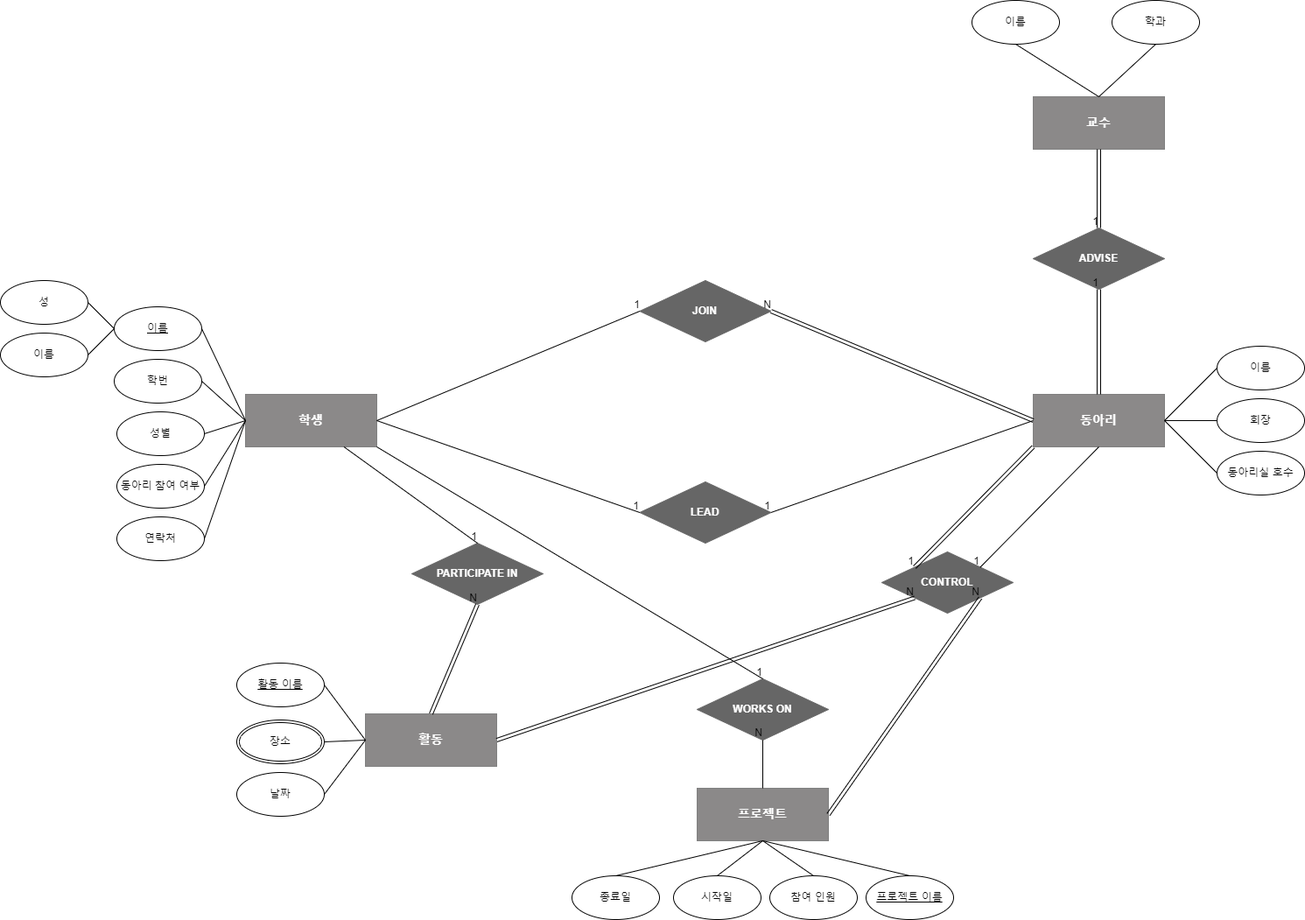
Above: E-R diagram.drawio.png in leekwanhak/UniversityClub_Database (draw.io), before the change. Source tidied: cells renumbered, new cells last; positions are measured from the earlier drawing's top-left corner, leaving out a move shared by most shapes.
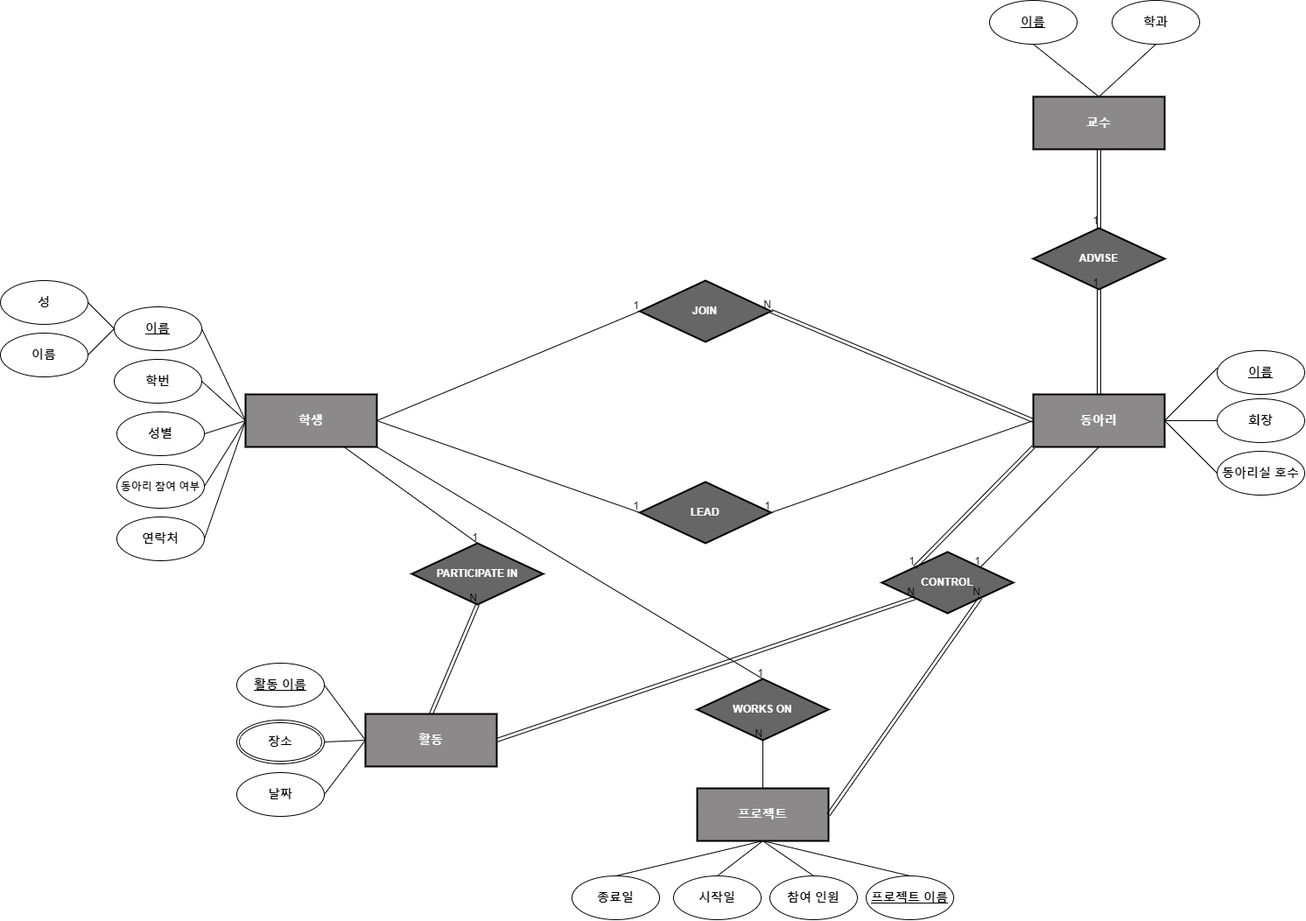
After the change.

The edit, as a diff of the source:
```diff
@@ -2,94 +2,88 @@
   <root>
     <mxCell id="0" />
     <mxCell id="1" parent="0" />
-    <mxCell id="2" value="학생" style="rounded=0;whiteSpace=wrap;html=1;fillStyle=auto;fillColor=#8b8989;fontStyle=1;fontSize=14;fontColor=#FFFFFF;strokeColor=#808080;" parent="1" vertex="1">
+    <mxCell id="2" value="학생" style="rounded=0;whiteSpace=wrap;html=1;fillStyle=auto;fillColor=#8b8989;fontStyle=1;fontSize=14;fontColor=#FFFFFF;strokeColor=#000000;strokeWidth=2;" parent="1" vertex="1">
       <mxGeometry x="280" y="450" width="150" height="60" as="geometry" />
     </mxCell>
-    <mxCell id="3" value="프로젝트" style="rounded=0;whiteSpace=wrap;html=1;fillStyle=auto;fillColor=#8b8989;fontStyle=1;fontSize=14;fontColor=#FFFFFF;strokeColor=#808080;" parent="1" vertex="1">
+    <mxCell id="3" value="프로젝트" style="rounded=0;whiteSpace=wrap;html=1;fillStyle=auto;fillColor=#8b8989;fontStyle=1;fontSize=14;fontColor=#FFFFFF;strokeColor=#000000;strokeWidth=2;" parent="1" vertex="1">
       <mxGeometry x="796" y="900" width="150" height="60" as="geometry" />
     </mxCell>
-    <mxCell id="4" value="활동" style="rounded=0;whiteSpace=wrap;html=1;fillStyle=auto;fillColor=#8b8989;fontStyle=1;fontSize=14;fontColor=#FFFFFF;strokeColor=#808080;" parent="1" vertex="1">
+    <mxCell id="4" value="활동" style="rounded=0;whiteSpace=wrap;html=1;fillStyle=auto;fillColor=#8b8989;fontStyle=1;fontSize=14;fontColor=#FFFFFF;strokeColor=#000000;strokeWidth=2;" parent="1" vertex="1">
       <mxGeometry x="417" y="815" width="150" height="60" as="geometry" />
     </mxCell>
-    <mxCell id="5" value="동아리" style="rounded=0;whiteSpace=wrap;html=1;fillStyle=auto;fillColor=#8b8989;fontStyle=1;fontSize=14;fontColor=#FFFFFF;strokeColor=#808080;" parent="1" vertex="1">
+    <mxCell id="5" value="동아리" style="rounded=0;whiteSpace=wrap;html=1;fillStyle=auto;fillColor=#8b8989;fontStyle=1;fontSize=14;fontColor=#FFFFFF;strokeColor=#000000;strokeWidth=2;" parent="1" vertex="1">
       <mxGeometry x="1180" y="450" width="150" height="60" as="geometry" />
     </mxCell>
-    <mxCell id="6" value="&lt;b&gt;&lt;font style=&quot;font-size: 12px;&quot; color=&quot;#ffffff&quot;&gt;JOIN&lt;/font&gt;&lt;/b&gt;" style="rhombus;whiteSpace=wrap;html=1;fillColor=#666666;strokeColor=#666666;" parent="1" vertex="1">
+    <mxCell id="6" value="&lt;b&gt;&lt;font style=&quot;font-size: 12px;&quot; color=&quot;#ffffff&quot;&gt;JOIN&lt;/font&gt;&lt;/b&gt;" style="rhombus;whiteSpace=wrap;html=1;fillColor=#666666;strokeColor=#000000;strokeWidth=2;" parent="1" vertex="1">
       <mxGeometry x="730.4" y="320" width="150" height="70" as="geometry" />
     </mxCell>
     <mxCell id="7" style="edgeStyle=orthogonalEdgeStyle;rounded=0;orthogonalLoop=1;jettySize=auto;html=1;exitX=0.5;exitY=1;exitDx=0;exitDy=0;" parent="1" edge="1" source="6" target="6">
       <mxGeometry relative="1" as="geometry" />
     </mxCell>
-    <mxCell id="8" value="&lt;b&gt;&lt;font style=&quot;font-size: 12px;&quot; color=&quot;#ffffff&quot;&gt;LEAD&lt;/font&gt;&lt;/b&gt;" style="rhombus;whiteSpace=wrap;html=1;fillColor=#666666;strokeColor=#666666;" parent="1" vertex="1">
+    <mxCell id="8" value="&lt;b&gt;&lt;font style=&quot;font-size: 12px;&quot; color=&quot;#ffffff&quot;&gt;LEAD&lt;/font&gt;&lt;/b&gt;" style="rhombus;whiteSpace=wrap;html=1;fillColor=#666666;strokeColor=#000000;strokeWidth=2;" parent="1" vertex="1">
       <mxGeometry x="730.4" y="550" width="150" height="70" as="geometry" />
     </mxCell>
-    <mxCell id="9" value="교수" style="rounded=0;whiteSpace=wrap;html=1;fillStyle=auto;fillColor=#8b8989;fontStyle=1;fontSize=14;fontColor=#FFFFFF;strokeColor=#808080;" parent="1" vertex="1">
+    <mxCell id="9" value="교수" style="rounded=0;whiteSpace=wrap;html=1;fillStyle=auto;fillColor=#8b8989;fontStyle=1;fontSize=14;fontColor=#FFFFFF;strokeColor=#000000;strokeWidth=2;" parent="1" vertex="1">
       <mxGeometry x="1180" y="110" width="150" height="60" as="geometry" />
     </mxCell>
-    <mxCell id="10" value="학번" style="ellipse;whiteSpace=wrap;html=1;" parent="1" vertex="1">
+    <mxCell id="10" value="학번" style="ellipse;whiteSpace=wrap;html=1;fontSize=14;fontStyle=1;" parent="1" vertex="1">
       <mxGeometry x="130" y="410" width="100" height="50" as="geometry" />
     </mxCell>
-    <mxCell id="11" value="연락처" style="ellipse;whiteSpace=wrap;html=1;" parent="1" vertex="1">
+    <mxCell id="11" value="연락처" style="ellipse;whiteSpace=wrap;html=1;fontSize=14;fontStyle=1;" parent="1" vertex="1">
       <mxGeometry x="133" y="590" width="100" height="50" as="geometry" />
     </mxCell>
-    <mxCell id="12" value="성별" style="ellipse;whiteSpace=wrap;html=1;" parent="1" vertex="1">
+    <mxCell id="12" value="성별" style="ellipse;whiteSpace=wrap;html=1;fontSize=14;fontStyle=1;" parent="1" vertex="1">
       <mxGeometry x="133" y="470" width="100" height="50" as="geometry" />
     </mxCell>
-    <mxCell id="13" value="동아리 참여 여부" style="ellipse;whiteSpace=wrap;html=1;" parent="1" vertex="1">
+    <mxCell id="13" value="&lt;font style=&quot;font-size: 12px;&quot;&gt;동아리 참여 여부&lt;/font&gt;" style="ellipse;whiteSpace=wrap;html=1;fontSize=14;fontStyle=1;" parent="1" vertex="1">
       <mxGeometry x="133" y="530" width="100" height="50" as="geometry" />
     </mxCell>
-    <mxCell id="14" value="이름" style="ellipse;whiteSpace=wrap;html=1;" parent="1" vertex="1">
-      <mxGeometry x="1390" y="395" width="100" height="50" as="geometry" />
-    </mxCell>
-    <mxCell id="15" value="회장" style="ellipse;whiteSpace=wrap;html=1;" parent="1" vertex="1">
+    <mxCell id="15" value="회장" style="ellipse;whiteSpace=wrap;html=1;fontSize=14;fontStyle=1;" parent="1" vertex="1">
       <mxGeometry x="1390" y="455" width="100" height="50" as="geometry" />
     </mxCell>
-    <mxCell id="16" value="동아리실 호수" style="ellipse;whiteSpace=wrap;html=1;" parent="1" vertex="1">
+    <mxCell id="16" value="동아리실 호수" style="ellipse;whiteSpace=wrap;html=1;fontSize=14;fontStyle=1;" parent="1" vertex="1">
       <mxGeometry x="1390" y="515" width="100" height="50" as="geometry" />
     </mxCell>
-    <mxCell id="17" value="참여 인원" style="ellipse;whiteSpace=wrap;html=1;" parent="1" vertex="1">
+    <mxCell id="17" value="참여 인원" style="ellipse;whiteSpace=wrap;html=1;fontSize=14;fontStyle=1;" parent="1" vertex="1">
       <mxGeometry x="879" y="1000" width="100" height="50" as="geometry" />
     </mxCell>
-    <mxCell id="18" value="시작일" style="ellipse;whiteSpace=wrap;html=1;" parent="1" vertex="1">
+    <mxCell id="18" value="시작일" style="ellipse;whiteSpace=wrap;html=1;fontSize=14;fontStyle=1;" parent="1" vertex="1">
       <mxGeometry x="769" y="1000" width="100" height="50" as="geometry" />
     </mxCell>
-    <mxCell id="19" value="종료일" style="ellipse;whiteSpace=wrap;html=1;" parent="1" vertex="1">
+    <mxCell id="19" value="종료일" style="ellipse;whiteSpace=wrap;html=1;fontSize=14;fontStyle=1;" parent="1" vertex="1">
       <mxGeometry x="653" y="1000" width="100" height="50" as="geometry" />
     </mxCell>
-    <mxCell id="20" value="이름" style="ellipse;whiteSpace=wrap;html=1;" parent="1" vertex="1">
-      <mxGeometry x="1110" width="100" height="50" as="geometry" />
-    </mxCell>
-    <mxCell id="21" value="날짜" style="ellipse;whiteSpace=wrap;html=1;" parent="1" vertex="1">
+    <mxCell id="21" value="날짜" style="ellipse;whiteSpace=wrap;html=1;fontSize=14;fontStyle=1;" parent="1" vertex="1">
       <mxGeometry x="270" y="882" width="100" height="50" as="geometry" />
     </mxCell>
-    <mxCell id="22" value="학과" style="ellipse;whiteSpace=wrap;html=1;" parent="1" vertex="1">
+    <mxCell id="22" value="학과" style="ellipse;whiteSpace=wrap;html=1;fontSize=14;fontStyle=1;" parent="1" vertex="1">
       <mxGeometry x="1270" width="100" height="50" as="geometry" />
     </mxCell>
-    <mxCell id="23" value="&lt;font color=&quot;#ffffff&quot;&gt;&lt;b&gt;ADVISE&lt;/b&gt;&lt;/font&gt;" style="rhombus;whiteSpace=wrap;html=1;fillColor=#666666;strokeColor=#666666;" parent="1" vertex="1">
+    <mxCell id="23" value="&lt;font color=&quot;#ffffff&quot;&gt;&lt;b&gt;ADVISE&lt;/b&gt;&lt;/font&gt;" style="rhombus;whiteSpace=wrap;html=1;fillColor=#666666;strokeColor=#000000;strokeWidth=2;" parent="1" vertex="1">
       <mxGeometry x="1180" y="260" width="150" height="70" as="geometry" />
     </mxCell>
-    <mxCell id="24" value="&lt;font color=&quot;#ffffff&quot;&gt;&lt;b&gt;PARTICIPATE IN&lt;/b&gt;&lt;/font&gt;" style="rhombus;whiteSpace=wrap;html=1;fillColor=#666666;strokeColor=#666666;" parent="1" vertex="1">
+    <mxCell id="24" value="&lt;font color=&quot;#ffffff&quot;&gt;&lt;b&gt;PARTICIPATE IN&lt;/b&gt;&lt;/font&gt;" style="rhombus;whiteSpace=wrap;html=1;fillColor=#666666;strokeColor=#000000;strokeWidth=2;" parent="1" vertex="1">
       <mxGeometry x="470" y="620" width="150" height="70" as="geometry" />
     </mxCell>
-    <mxCell id="25" value="&lt;font color=&quot;#ffffff&quot;&gt;&lt;b&gt;WORKS ON&lt;/b&gt;&lt;/font&gt;" style="rhombus;whiteSpace=wrap;html=1;fillColor=#666666;strokeColor=#666666;" parent="1" vertex="1">
+    <mxCell id="25" value="&lt;font color=&quot;#ffffff&quot;&gt;&lt;b&gt;WORKS ON&lt;/b&gt;&lt;/font&gt;" style="rhombus;whiteSpace=wrap;html=1;fillColor=#666666;strokeColor=#000000;strokeWidth=2;" parent="1" vertex="1">
       <mxGeometry x="796" y="775" width="150" height="70" as="geometry" />
     </mxCell>
-    <mxCell id="26" value="이름" style="ellipse;whiteSpace=wrap;html=1;align=center;fontStyle=4;" parent="1" vertex="1">
+    <mxCell id="26" value="이름" style="ellipse;whiteSpace=wrap;html=1;align=center;fontStyle=5;fontSize=14;" parent="1" vertex="1">
       <mxGeometry x="130" y="350" width="100" height="50" as="geometry" />
     </mxCell>
-    <mxCell id="27" value="성" style="ellipse;whiteSpace=wrap;html=1;" parent="1" vertex="1">
+    <mxCell id="27" value="성" style="ellipse;whiteSpace=wrap;html=1;fontSize=14;fontStyle=1;" parent="1" vertex="1">
       <mxGeometry y="320" width="100" height="50" as="geometry" />
     </mxCell>
-    <mxCell id="28" value="이름" style="ellipse;whiteSpace=wrap;html=1;" parent="1" vertex="1">
+    <mxCell id="28" value="이름" style="ellipse;whiteSpace=wrap;html=1;fontSize=14;fontStyle=1;" parent="1" vertex="1">
       <mxGeometry y="380" width="100" height="50" as="geometry" />
     </mxCell>
-    <mxCell id="29" value="장소" style="ellipse;shape=doubleEllipse;margin=3;whiteSpace=wrap;html=1;align=center;" parent="1" vertex="1">
+    <mxCell id="29" value="장소" style="ellipse;shape=doubleEllipse;margin=3;whiteSpace=wrap;html=1;align=center;fontSize=14;fontStyle=1;" parent="1" vertex="1">
       <mxGeometry x="270" y="822" width="100" height="50" as="geometry" />
     </mxCell>
-    <mxCell id="30" style="endArrow=none;html=1;rounded=0;entryX=0;entryY=0.5;entryDx=0;entryDy=0;exitX=1;exitY=0.5;exitDx=0;exitDy=0;" parent="1" edge="1" source="27" target="26">
+    <mxCell id="30" style="endArrow=none;html=1;rounded=0;entryX=0;entryY=0.5;entryDx=0;entryDy=0;exitX=1;exitY=0.5;exitDx=0;exitDy=0;fontSize=14;fontStyle=1;" parent="1" edge="1" source="27" target="26">
       <mxGeometry relative="1" as="geometry" />
     </mxCell>
-    <mxCell id="31" style="endArrow=none;html=1;rounded=0;entryX=1;entryY=0.5;entryDx=0;entryDy=0;exitX=0;exitY=0.5;exitDx=0;exitDy=0;" parent="1" edge="1" source="26" target="28">
+    <mxCell id="31" style="endArrow=none;html=1;rounded=0;entryX=1;entryY=0.5;entryDx=0;entryDy=0;exitX=0;exitY=0.5;exitDx=0;exitDy=0;fontSize=14;fontStyle=1;" parent="1" edge="1" source="26" target="28">
       <mxGeometry relative="1" as="geometry" />
     </mxCell>
     <mxCell id="32" style="endArrow=none;html=1;rounded=0;exitX=1;exitY=0.5;exitDx=0;exitDy=0;entryX=0;entryY=0.5;entryDx=0;entryDy=0;" parent="1" edge="1" source="26" target="2">
@@ -111,8 +105,10 @@
     <mxCell id="36" style="endArrow=none;html=1;rounded=0;exitX=1;exitY=0.5;exitDx=0;exitDy=0;entryX=0;entryY=0.5;entryDx=0;entryDy=0;" parent="1" edge="1" source="11" target="2">
       <mxGeometry relative="1" as="geometry" />
     </mxCell>
-    <mxCell id="37" style="endArrow=none;html=1;rounded=0;entryX=0;entryY=0.5;entryDx=0;entryDy=0;exitX=1;exitY=0.5;exitDx=0;exitDy=0;" parent="1" edge="1" source="5" target="14">
-      <mxGeometry relative="1" as="geometry" />
+    <mxCell id="37" style="endArrow=none;html=1;rounded=0;entryX=0;entryY=0.5;entryDx=0;entryDy=0;exitX=1;exitY=0.5;exitDx=0;exitDy=0;" parent="1" edge="1" source="5">
+      <mxGeometry relative="1" as="geometry">
+        <mxPoint x="1390" y="420" as="targetPoint" />
+      </mxGeometry>
     </mxCell>
     <mxCell id="38" style="endArrow=none;html=1;rounded=0;entryX=0;entryY=0.5;entryDx=0;entryDy=0;exitX=1;exitY=0.5;exitDx=0;exitDy=0;" parent="1" edge="1" source="5" target="15">
       <mxGeometry relative="1" as="geometry" />
@@ -158,13 +154,13 @@
     <mxCell id="51" value="1" style="html=1;whiteSpace=wrap;align=right;verticalAlign=bottom;" parent="50" vertex="1">
       <mxGeometry x="1" relative="1" as="geometry" />
     </mxCell>
-    <mxCell id="52" value="활동 이름" style="ellipse;whiteSpace=wrap;html=1;align=center;fontStyle=4;" parent="1" vertex="1">
+    <mxCell id="52" value="활동 이름" style="ellipse;whiteSpace=wrap;html=1;align=center;fontStyle=5;fontSize=14;" parent="1" vertex="1">
       <mxGeometry x="270" y="757" width="100" height="50" as="geometry" />
     </mxCell>
-    <mxCell id="53" value="프로젝트 이름" style="ellipse;whiteSpace=wrap;html=1;align=center;fontStyle=4;" parent="1" vertex="1">
+    <mxCell id="53" value="프로젝트 이름" style="ellipse;whiteSpace=wrap;html=1;align=center;fontStyle=5;fontSize=14;" parent="1" vertex="1">
       <mxGeometry x="989" y="1000" width="100" height="50" as="geometry" />
     </mxCell>
-    <mxCell id="54" value="&lt;font color=&quot;#ffffff&quot;&gt;&lt;b&gt;CONTROL&lt;/b&gt;&lt;/font&gt;" style="rhombus;whiteSpace=wrap;html=1;fillColor=#666666;strokeColor=#666666;" parent="1" vertex="1">
+    <mxCell id="54" value="&lt;font color=&quot;#ffffff&quot;&gt;&lt;b&gt;CONTROL&lt;/b&gt;&lt;/font&gt;" style="rhombus;whiteSpace=wrap;html=1;fillColor=#666666;strokeColor=#000000;strokeWidth=2;" parent="1" vertex="1">
       <mxGeometry x="1007" y="630" width="150" height="70" as="geometry" />
     </mxCell>
     <mxCell id="55" style="endArrow=none;html=1;rounded=0;exitX=1;exitY=0.5;exitDx=0;exitDy=0;entryX=0;entryY=0.5;entryDx=0;entryDy=0;" parent="1" edge="1" source="52" target="4">
@@ -236,11 +232,19 @@
     <mxCell id="77" value="N" style="html=1;whiteSpace=wrap;align=right;verticalAlign=bottom;" parent="76" vertex="1">
       <mxGeometry x="1" relative="1" as="geometry" />
     </mxCell>
-    <mxCell id="78" style="endArrow=none;html=1;rounded=0;entryX=0.5;entryY=0;entryDx=0;entryDy=0;exitX=0.5;exitY=1;exitDx=0;exitDy=0;" parent="1" edge="1" source="20" target="9">
-      <mxGeometry relative="1" as="geometry" />
+    <mxCell id="78" style="endArrow=none;html=1;rounded=0;entryX=0.5;entryY=0;entryDx=0;entryDy=0;exitX=0.5;exitY=1;exitDx=0;exitDy=0;" parent="1" edge="1" target="9">
+      <mxGeometry relative="1" as="geometry">
+        <mxPoint x="1180" y="50" as="sourcePoint" />
+      </mxGeometry>
     </mxCell>
     <mxCell id="79" style="endArrow=none;html=1;rounded=0;entryX=0.5;entryY=0;entryDx=0;entryDy=0;exitX=0.5;exitY=1;exitDx=0;exitDy=0;" parent="1" edge="1" source="22" target="9">
       <mxGeometry relative="1" as="geometry" />
     </mxCell>
+    <mxCell id="80" value="이름" style="ellipse;whiteSpace=wrap;html=1;align=center;fontStyle=5;fontSize=14;" parent="1" vertex="1">
+      <mxGeometry x="1390" y="400" width="100" height="50" as="geometry" />
+    </mxCell>
+    <mxCell id="81" value="이름" style="ellipse;whiteSpace=wrap;html=1;align=center;fontStyle=5;fontSize=14;" parent="1" vertex="1">
+      <mxGeometry x="1130" width="100" height="50" as="geometry" />
+    </mxCell>
   </root>
 </mxGraphModel>
```
